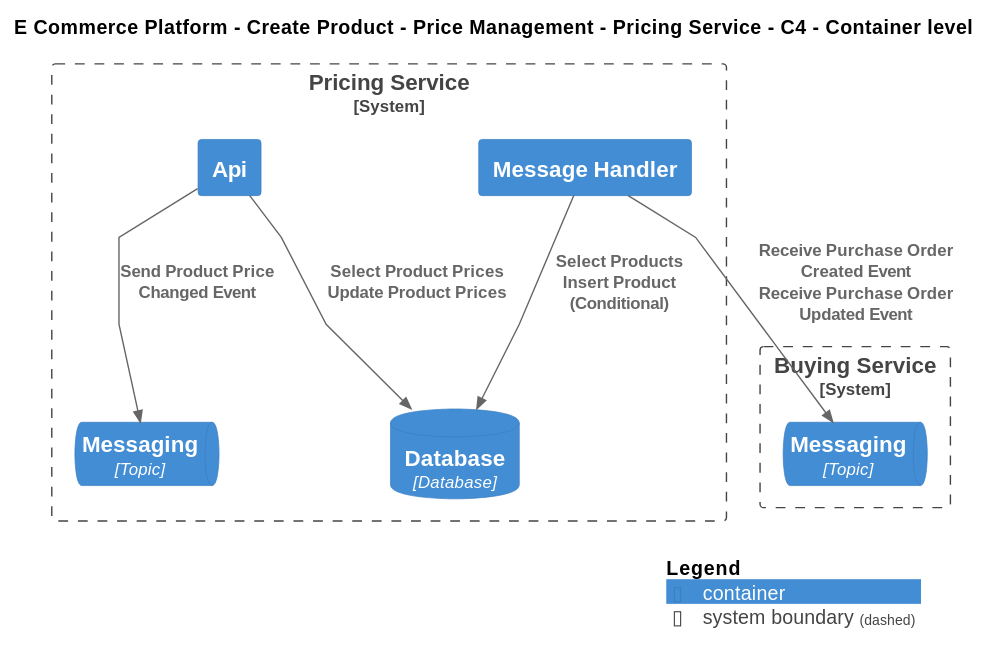
Before: Samples/E-Commerce Platform/Yaml/Diagrams/E Commerce Platform/Create Product/Price Management/Software Systems/Pricing Service/Container - C4.svg, a diagram exported from PlantUML (mnadenysenko/C4InterFlow). Source of this version:
```plantuml
@startuml
!include ..\..\..\..\..\.c4s\C4_Container.puml

AddElementTag("c4interflow:lifecycle:new", $bgColor=green, $fontColor=#ffffff, $borderColor=green, $shadowing="False")
AddElementTag("c4interflow:lifecycle:changed", $bgColor=orange, $fontColor=#ffffff, $borderColor=orange, $shadowing="False")
AddElementTag("c4interflow:lifecycle:removed", $bgColor=red, $fontColor=#ffffff, $borderColor=red, $shadowing="False")

AddRelTag("c4interflow:lifecycle:new", $textColor=green, $lineColor=green)
AddRelTag("c4interflow:lifecycle:changed", $textColor=orange, $lineColor=orange)
AddRelTag("c4interflow:lifecycle:removed", $textColor=red, $lineColor=red)

SHOW_PERSON_PORTRAIT()
LAYOUT_TOP_DOWN()

skinparam linetype polyline

title E Commerce Platform - Create Product - Price Management - Pricing Service - C4 - Container level


System_Boundary(ECommercePlatform.CreateProduct.PriceManagement.SoftwareSystems.PricingService, "Pricing Service") {
    Container(ECommercePlatform.CreateProduct.PriceManagement.SoftwareSystems.PricingService.Containers.Api, "Api", "", "")
    ContainerDb(ECommercePlatform.CreateProduct.PriceManagement.SoftwareSystems.PricingService.Containers.Database, "Database", "Database", "")
    ContainerQueue(ECommercePlatform.CreateProduct.PriceManagement.SoftwareSystems.PricingService.Containers.Messaging, "Messaging", "Topic", "")
    Container(ECommercePlatform.CreateProduct.PriceManagement.SoftwareSystems.PricingService.Containers.MessageHandler, "Message Handler", "", "")
}

System_Boundary(ECommercePlatform.CreateProduct.BuyingAndMerchandising.SoftwareSystems.BuyingService, "Buying Service") {
    ContainerQueue(ECommercePlatform.CreateProduct.BuyingAndMerchandising.SoftwareSystems.BuyingService.Containers.Messaging, "Messaging", "Topic", "")
}

Rel(ECommercePlatform.CreateProduct.PriceManagement.SoftwareSystems.PricingService.Containers.Api, ECommercePlatform.CreateProduct.PriceManagement.SoftwareSystems.PricingService.Containers.Database, "Select Product Prices\nUpdate Product Prices")
Rel(ECommercePlatform.CreateProduct.PriceManagement.SoftwareSystems.PricingService.Containers.Api, ECommercePlatform.CreateProduct.PriceManagement.SoftwareSystems.PricingService.Containers.Messaging, "Send Product Price Changed Event")
Rel(ECommercePlatform.CreateProduct.PriceManagement.SoftwareSystems.PricingService.Containers.MessageHandler, ECommercePlatform.CreateProduct.BuyingAndMerchandising.SoftwareSystems.BuyingService.Containers.Messaging, "Receive Purchase Order Created Event\nReceive Purchase Order Updated Event")
Rel(ECommercePlatform.CreateProduct.PriceManagement.SoftwareSystems.PricingService.Containers.MessageHandler, ECommercePlatform.CreateProduct.PriceManagement.SoftwareSystems.PricingService.Containers.Database, "Select Products\nInsert Product (Conditional)")


SHOW_LEGEND()
@enduml
```
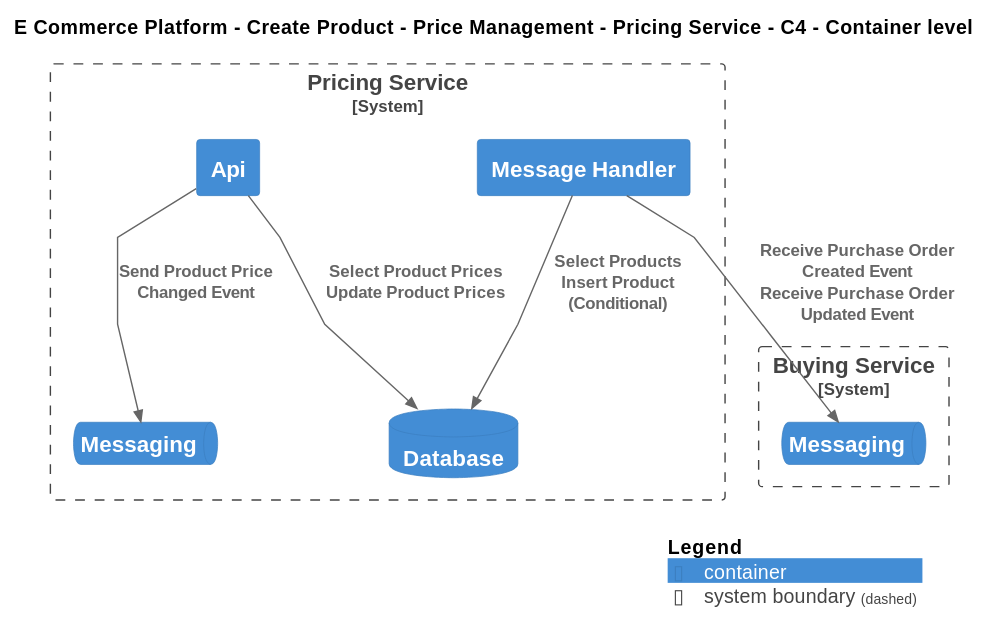
After the change.

The edit, as a diff of the source:
```diff
@@ -19,13 +19,13 @@
 
 System_Boundary(ECommercePlatform.CreateProduct.PriceManagement.SoftwareSystems.PricingService, "Pricing Service") {
     Container(ECommercePlatform.CreateProduct.PriceManagement.SoftwareSystems.PricingService.Containers.Api, "Api", "", "")
-    ContainerDb(ECommercePlatform.CreateProduct.PriceManagement.SoftwareSystems.PricingService.Containers.Database, "Database", "Database", "")
-    ContainerQueue(ECommercePlatform.CreateProduct.PriceManagement.SoftwareSystems.PricingService.Containers.Messaging, "Messaging", "Topic", "")
+    ContainerDb(ECommercePlatform.CreateProduct.PriceManagement.SoftwareSystems.PricingService.Containers.Database, "Database", "", "")
+    ContainerQueue(ECommercePlatform.CreateProduct.PriceManagement.SoftwareSystems.PricingService.Containers.Messaging, "Messaging", "", "")
     Container(ECommercePlatform.CreateProduct.PriceManagement.SoftwareSystems.PricingService.Containers.MessageHandler, "Message Handler", "", "")
 }
 
 System_Boundary(ECommercePlatform.CreateProduct.BuyingAndMerchandising.SoftwareSystems.BuyingService, "Buying Service") {
-    ContainerQueue(ECommercePlatform.CreateProduct.BuyingAndMerchandising.SoftwareSystems.BuyingService.Containers.Messaging, "Messaging", "Topic", "")
+    ContainerQueue(ECommercePlatform.CreateProduct.BuyingAndMerchandising.SoftwareSystems.BuyingService.Containers.Messaging, "Messaging", "", "")
 }
 
 Rel(ECommercePlatform.CreateProduct.PriceManagement.SoftwareSystems.PricingService.Containers.Api, ECommercePlatform.CreateProduct.PriceManagement.SoftwareSystems.PricingService.Containers.Database, "Select Product Prices\nUpdate Product Prices")
```
